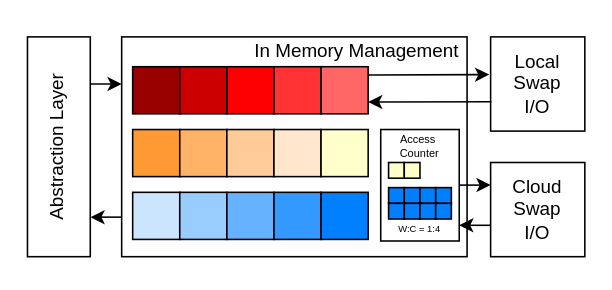
linqinluli/picture_draw keeps this draw.io diagram as 3m_paper/in_memory_management.drawio. Above is the earlier version. Source tidied: cells renumbered, new cells numbered last; positions are measured from the earlier drawing's top-left corner, leaving out a move shared by most shapes. Both pictures are drawn from the tidied source at 157%, with x=0, y=0 at pixel (27, 27).
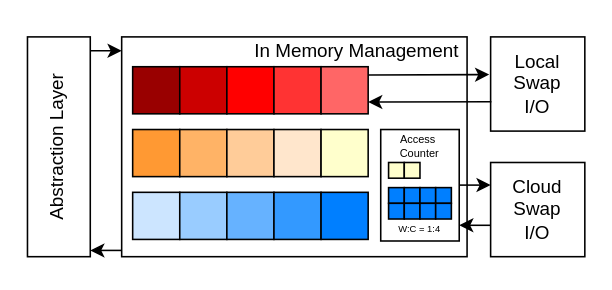
Above is the later version.

The change refers to these unchanged cells:
```xml
<mxCell id="2" value="Abstraction Layer" style="rounded=0;whiteSpace=wrap;html=1;textDirection=vertical-rl;rotation=-180;" parent="1" vertex="1">
  <mxGeometry y="6" width="40" height="140" as="geometry" />
</mxCell>
<mxCell id="3" style="rounded=0;whiteSpace=wrap;html=1;" parent="1" vertex="1">
  <mxGeometry x="60" y="6" width="220" height="140" as="geometry" />
</mxCell>
```

Diff of the diagram source:
```diff
@@
-    <mxCell id="24" style="endArrow=classic;html=1;rounded=0;exitX=-0.011;exitY=0.786;exitDx=0;exitDy=0;exitPerimeter=0;" parent="1" edge="1" source="2">
+    <mxCell id="24" style="endArrow=classic;html=1;rounded=0;exitX=-0.011;exitY=0.786;exitDx=0;exitDy=0;exitPerimeter=0;" parent="1" edge="1">
       <mxGeometry relative="1" as="geometry">
-        <mxPoint x="60" y="36" as="targetPoint" />
+        <mxPoint x="40.4" y="14.8" as="sourcePoint" />
+        <mxPoint x="60" y="14.9" as="targetPoint" />
       </mxGeometry>
     </mxCell>
-    <mxCell id="25" style="endArrow=classic;html=1;rounded=0;exitX=0.001;exitY=0.82;exitDx=0;exitDy=0;exitPerimeter=0;entryX=-0.003;entryY=0.18;entryDx=0;entryDy=0;entryPerimeter=0;" parent="1" edge="1" source="3" target="2">
-      <mxGeometry relative="1" as="geometry" />
+    <mxCell id="25" style="endArrow=classic;html=1;rounded=0;exitX=0.001;exitY=0.82;exitDx=0;exitDy=0;exitPerimeter=0;entryX=-0.003;entryY=0.18;entryDx=0;entryDy=0;entryPerimeter=0;" parent="1" edge="1">
+      <mxGeometry relative="1" as="geometry">
+        <mxPoint x="60.1" y="142" as="sourcePoint" />
+        <mxPoint x="40" y="142" as="targetPoint" />
+      </mxGeometry>
     </mxCell>
```
